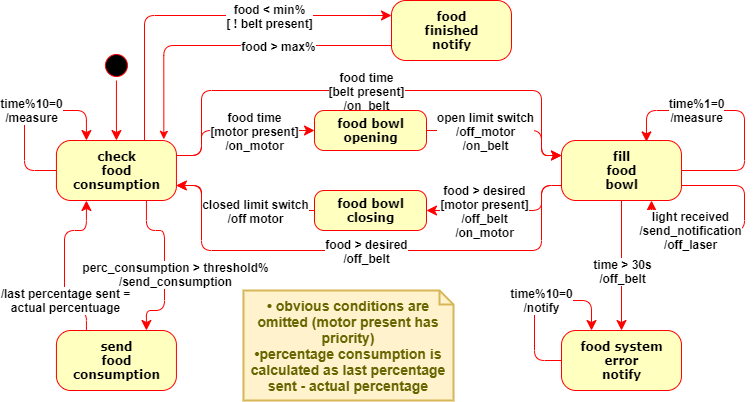
Earlier version of the draw.io export DrawIo/stateDiagramFood.png (SmartDogHouse/Report). Source tidied: cells renumbered, new cells last; positions are measured from the earlier drawing's top-left corner, leaving out a move shared by most shapes.
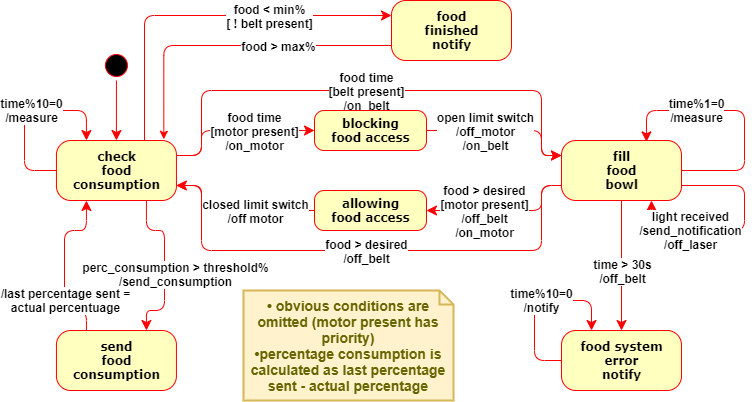
The same diagram one commit later.

The edit, as a diff of the source:
```diff
@@ -129,7 +129,7 @@
         <mxPoint x="-55" y="1" as="offset" />
       </mxGeometry>
     </mxCell>
-    <mxCell id="25" value="food bowl&lt;br&gt;opening" style="rounded=1;arcSize=24;fillColor=#ffffc0;strokeColor=#ff0000;shadow=0;comic=0;labelBackgroundColor=none;fontFamily=Verdana;fontSize=12;fontColor=#000000;align=center;fontStyle=1;horizontal=1;html=1;" parent="1" vertex="1">
+    <mxCell id="25" value="blocking&lt;br&gt;food access" style="rounded=1;arcSize=24;fillColor=#ffffc0;strokeColor=#ff0000;shadow=0;comic=0;labelBackgroundColor=none;fontFamily=Verdana;fontSize=12;fontColor=#000000;align=center;fontStyle=1;horizontal=1;html=1;" parent="1" vertex="1">
       <mxGeometry x="290" y="110" width="112" height="40" as="geometry" />
     </mxCell>
     <mxCell id="26" style="edgeStyle=orthogonalEdgeStyle;labelBackgroundColor=none;endArrow=classic;endSize=8;strokeColor=#ff0000;fontFamily=Verdana;fontSize=12;align=left;fontStyle=1;horizontal=1;html=1;endFill=1;exitX=1;exitY=0.25;exitDx=0;exitDy=0;entryX=0;entryY=0.5;entryDx=0;entryDy=0;" parent="1" edge="1" source="4" target="25">
@@ -225,7 +225,7 @@
     <mxCell id="40" value="&lt;span&gt;• obvious conditions are omitted (motor present has priority)&lt;br&gt;•percentage consumption is calculated as last percentage sent - actual percentage&lt;/span&gt;" style="shape=note;strokeWidth=2;fontSize=14;size=14;whiteSpace=wrap;html=1;fillColor=#fff2cc;strokeColor=#d6b656;fontColor=#666600;rounded=1;fontStyle=1;" parent="1" vertex="1">
       <mxGeometry x="219" y="290" width="210" height="110" as="geometry" />
     </mxCell>
-    <mxCell id="41" value="food bowl&lt;br&gt;closing" style="rounded=1;arcSize=24;fillColor=#ffffc0;strokeColor=#ff0000;shadow=0;comic=0;labelBackgroundColor=none;fontFamily=Verdana;fontSize=12;fontColor=#000000;align=center;fontStyle=1;horizontal=1;html=1;" parent="1" vertex="1">
+    <mxCell id="41" value="allowing&lt;br&gt;food access" style="rounded=1;arcSize=24;fillColor=#ffffc0;strokeColor=#ff0000;shadow=0;comic=0;labelBackgroundColor=none;fontFamily=Verdana;fontSize=12;fontColor=#000000;align=center;fontStyle=1;horizontal=1;html=1;" parent="1" vertex="1">
       <mxGeometry x="290" y="190" width="112" height="40" as="geometry" />
     </mxCell>
   </root>
```
